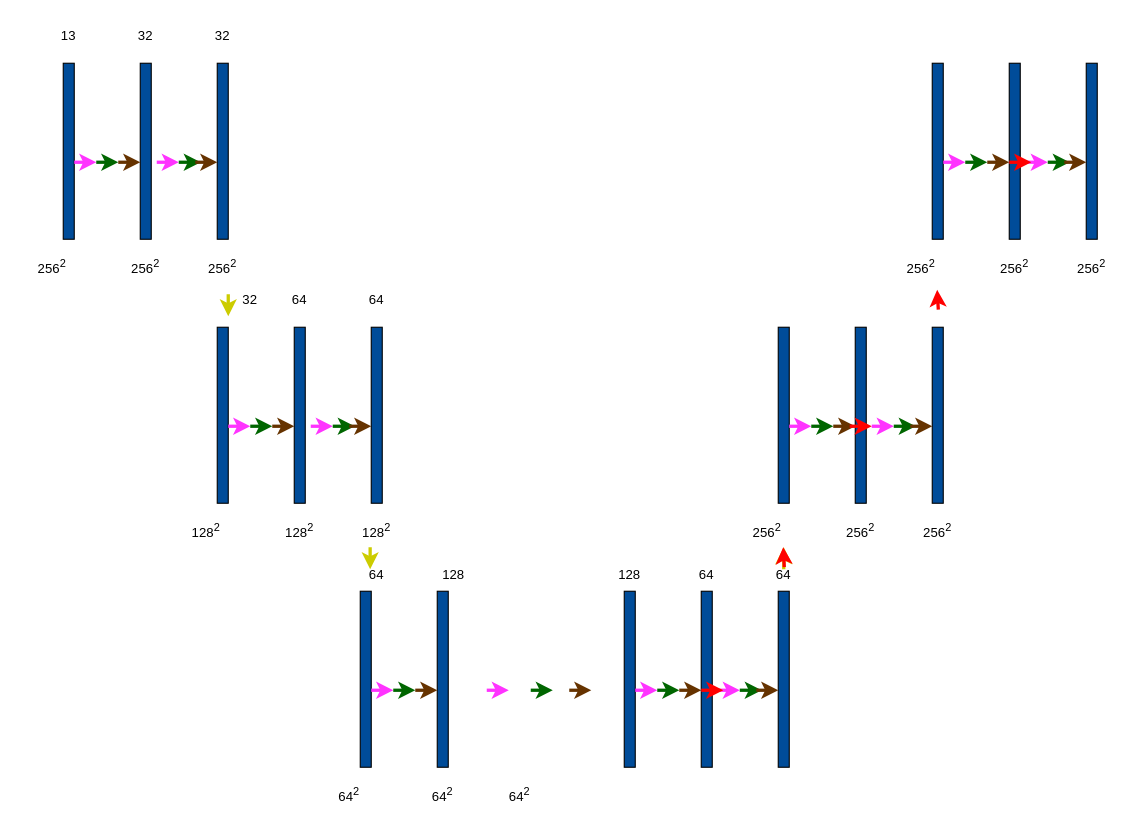
Earlier version of the draw.io diagram Untitled Diagram.drawio (kkalkidan/landcovernet). Source tidied: cells renumbered, new cells numbered last; positions are measured from the earlier drawing's top-left corner, leaving out a move shared by most shapes. Both pictures are drawn from the tidied source at 110%, with x=0, y=0 at pixel (19, 19).
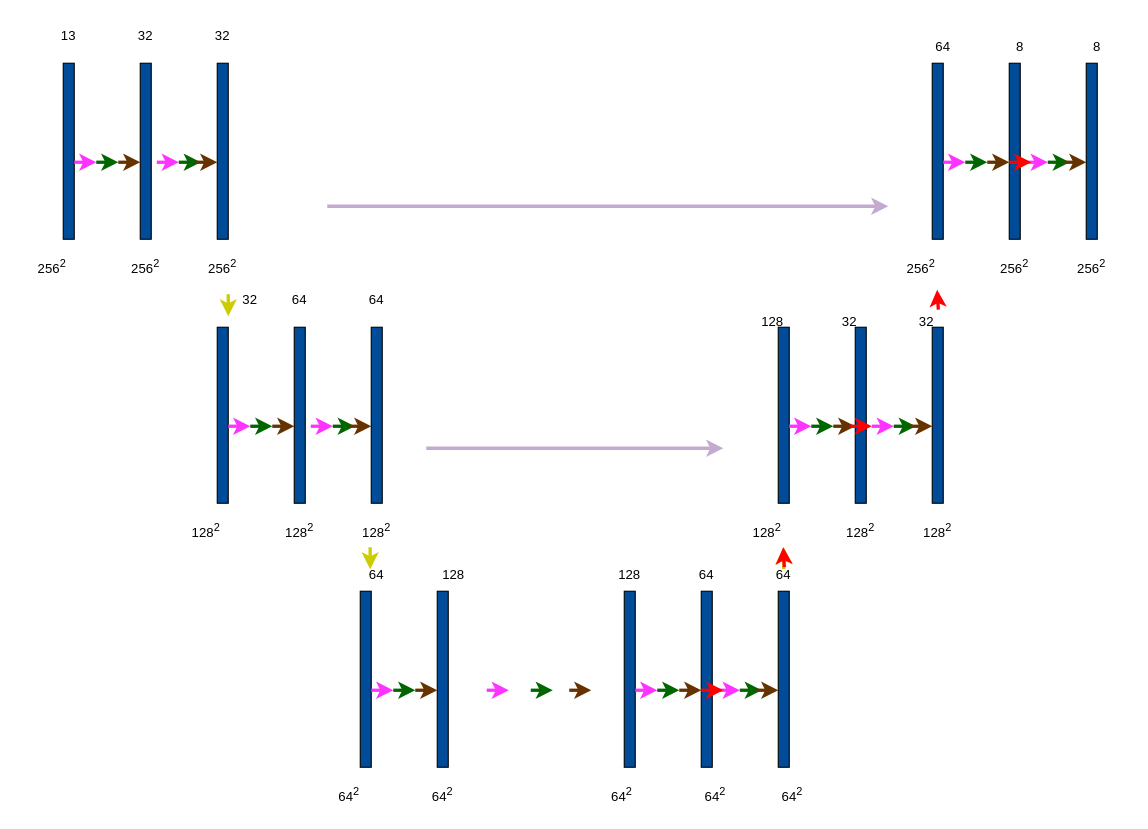
The same page after the edit.

Diff of the diagram source:
```diff
@@
-    <mxCell id="31" value="64&lt;sup&gt;2&lt;/sup&gt;" style="text;html=1;strokeColor=none;fillColor=none;align=center;verticalAlign=middle;whiteSpace=wrap;rounded=0;" parent="1" vertex="1">
-      <mxGeometry x="425" y="690" width="60" height="30" as="geometry" />
-    </mxCell>
@@
-    <mxCell id="47" value="256&lt;sup&gt;2&lt;/sup&gt;" style="text;html=1;strokeColor=none;fillColor=none;align=center;verticalAlign=middle;whiteSpace=wrap;rounded=0;" parent="1" vertex="1">
+    <mxCell id="47" value="128&lt;sup&gt;2&lt;/sup&gt;" style="text;html=1;strokeColor=none;fillColor=none;align=center;verticalAlign=middle;whiteSpace=wrap;rounded=0;" parent="1" vertex="1">
       <mxGeometry x="650" y="450" width="60" height="30" as="geometry" />
     </mxCell>
-    <mxCell id="48" value="256&lt;sup&gt;2&lt;/sup&gt;" style="text;html=1;strokeColor=none;fillColor=none;align=center;verticalAlign=middle;whiteSpace=wrap;rounded=0;" parent="1" vertex="1">
+    <mxCell id="48" value="128&lt;sup&gt;2&lt;/sup&gt;" style="text;html=1;strokeColor=none;fillColor=none;align=center;verticalAlign=middle;whiteSpace=wrap;rounded=0;" parent="1" vertex="1">
       <mxGeometry x="735" y="450" width="60" height="30" as="geometry" />
     </mxCell>
-    <mxCell id="49" value="256&lt;sup&gt;2&lt;/sup&gt;" style="text;html=1;strokeColor=none;fillColor=none;align=center;verticalAlign=middle;whiteSpace=wrap;rounded=0;" parent="1" vertex="1">
+    <mxCell id="49" value="128&lt;sup&gt;2&lt;/sup&gt;" style="text;html=1;strokeColor=none;fillColor=none;align=center;verticalAlign=middle;whiteSpace=wrap;rounded=0;" parent="1" vertex="1">
       <mxGeometry x="805" y="450" width="60" height="30" as="geometry" />
     </mxCell>
@@
+    <mxCell id="89" style="endArrow=classic;html=1;rounded=0;strokeColor=#C3ABD0;strokeWidth=3;fillColor=#00FF00;" parent="1" edge="1">
+      <mxGeometry relative="1" as="geometry">
+        <mxPoint x="370" y="390" as="sourcePoint" />
+        <mxPoint x="640" y="390" as="targetPoint" />
+      </mxGeometry>
+    </mxCell>
+    <mxCell id="90" style="endArrow=classic;html=1;rounded=0;strokeColor=#C3ABD0;strokeWidth=3;fillColor=#00FF00;" parent="1" edge="1">
+      <mxGeometry relative="1" as="geometry">
+        <mxPoint x="280" y="170" as="sourcePoint" />
+        <mxPoint x="790" y="170" as="targetPoint" />
+      </mxGeometry>
+    </mxCell>
+    <mxCell id="91" value="64&lt;sup&gt;2&lt;/sup&gt;" style="text;html=1;strokeColor=none;fillColor=none;align=center;verticalAlign=middle;whiteSpace=wrap;rounded=0;" parent="1" vertex="1">
+      <mxGeometry x="517.5" y="690" width="60" height="30" as="geometry" />
+    </mxCell>
+    <mxCell id="92" value="64&lt;sup&gt;2&lt;/sup&gt;" style="text;html=1;strokeColor=none;fillColor=none;align=center;verticalAlign=middle;whiteSpace=wrap;rounded=0;" parent="1" vertex="1">
+      <mxGeometry x="602.5" y="690" width="60" height="30" as="geometry" />
+    </mxCell>
+    <mxCell id="93" value="64&lt;sup&gt;2&lt;/sup&gt;" style="text;html=1;strokeColor=none;fillColor=none;align=center;verticalAlign=middle;whiteSpace=wrap;rounded=0;" parent="1" vertex="1">
+      <mxGeometry x="672.5" y="690" width="60" height="30" as="geometry" />
+    </mxCell>
+    <mxCell id="94" value="64" style="text;html=1;strokeColor=none;fillColor=none;align=center;verticalAlign=middle;whiteSpace=wrap;rounded=0;" parent="1" vertex="1">
+      <mxGeometry x="810" y="10" width="60" height="30" as="geometry" />
+    </mxCell>
+    <mxCell id="95" value="8" style="text;html=1;strokeColor=none;fillColor=none;align=center;verticalAlign=middle;whiteSpace=wrap;rounded=0;" parent="1" vertex="1">
+      <mxGeometry x="880" y="10" width="60" height="30" as="geometry" />
+    </mxCell>
+    <mxCell id="96" value="8" style="text;html=1;strokeColor=none;fillColor=none;align=center;verticalAlign=middle;whiteSpace=wrap;rounded=0;" parent="1" vertex="1">
+      <mxGeometry x="950" y="10" width="60" height="30" as="geometry" />
+    </mxCell>
+    <mxCell id="97" value="128" style="text;html=1;strokeColor=none;fillColor=none;align=center;verticalAlign=middle;whiteSpace=wrap;rounded=0;" parent="1" vertex="1">
+      <mxGeometry x="655" y="260" width="60" height="30" as="geometry" />
+    </mxCell>
+    <mxCell id="98" value="32" style="text;html=1;strokeColor=none;fillColor=none;align=center;verticalAlign=middle;whiteSpace=wrap;rounded=0;" parent="1" vertex="1">
+      <mxGeometry x="725" y="260" width="60" height="30" as="geometry" />
+    </mxCell>
+    <mxCell id="99" value="32" style="text;html=1;strokeColor=none;fillColor=none;align=center;verticalAlign=middle;whiteSpace=wrap;rounded=0;" parent="1" vertex="1">
+      <mxGeometry x="795" y="260" width="60" height="30" as="geometry" />
+    </mxCell>
```
